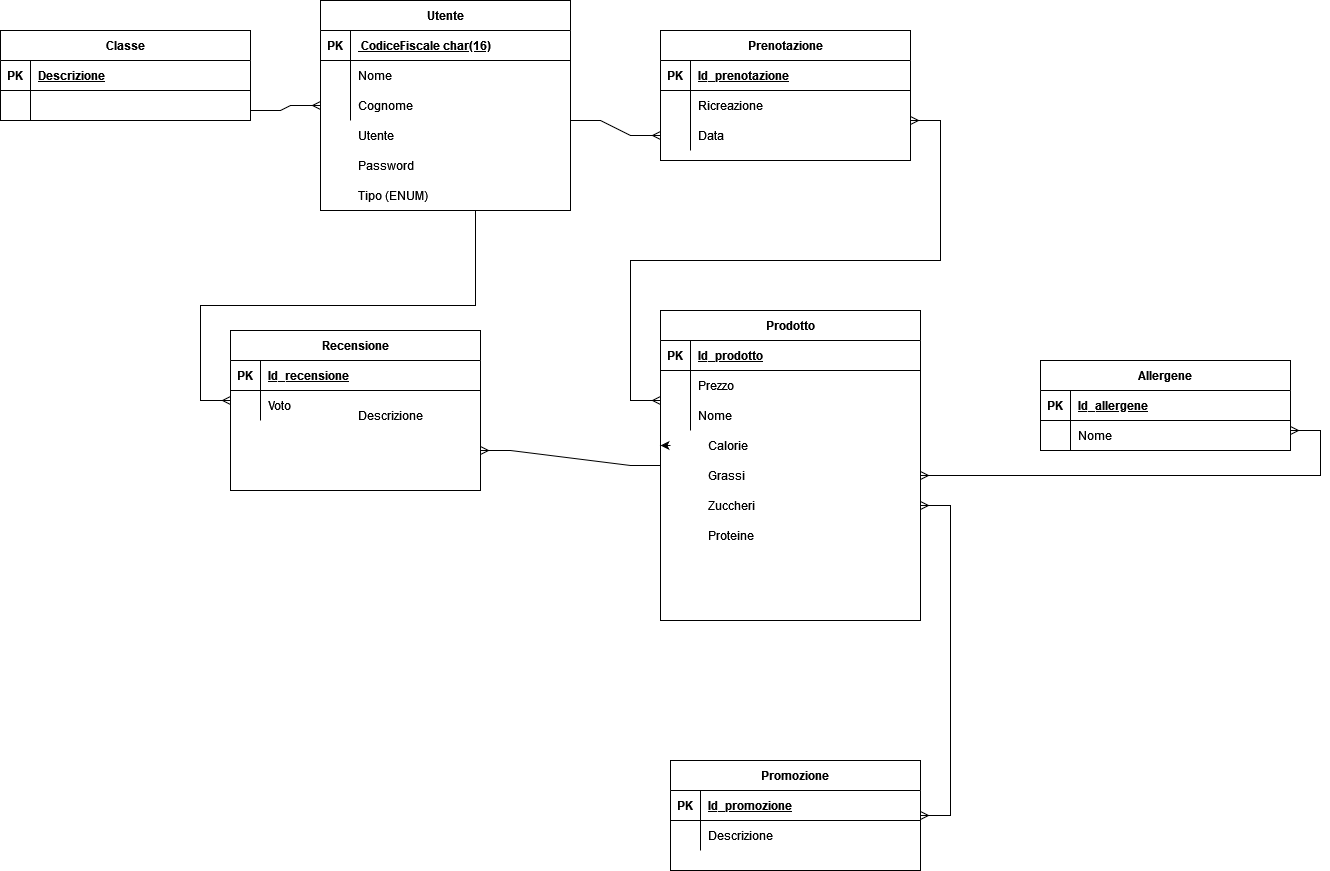
Earlier version of the draw.io export sql/dbMerende.drawio.png (SoftwareIISGubbio/merende). Source tidied: cells renumbered, new cells last; positions are measured from the earlier drawing's top-left corner, leaving out a move shared by most shapes.
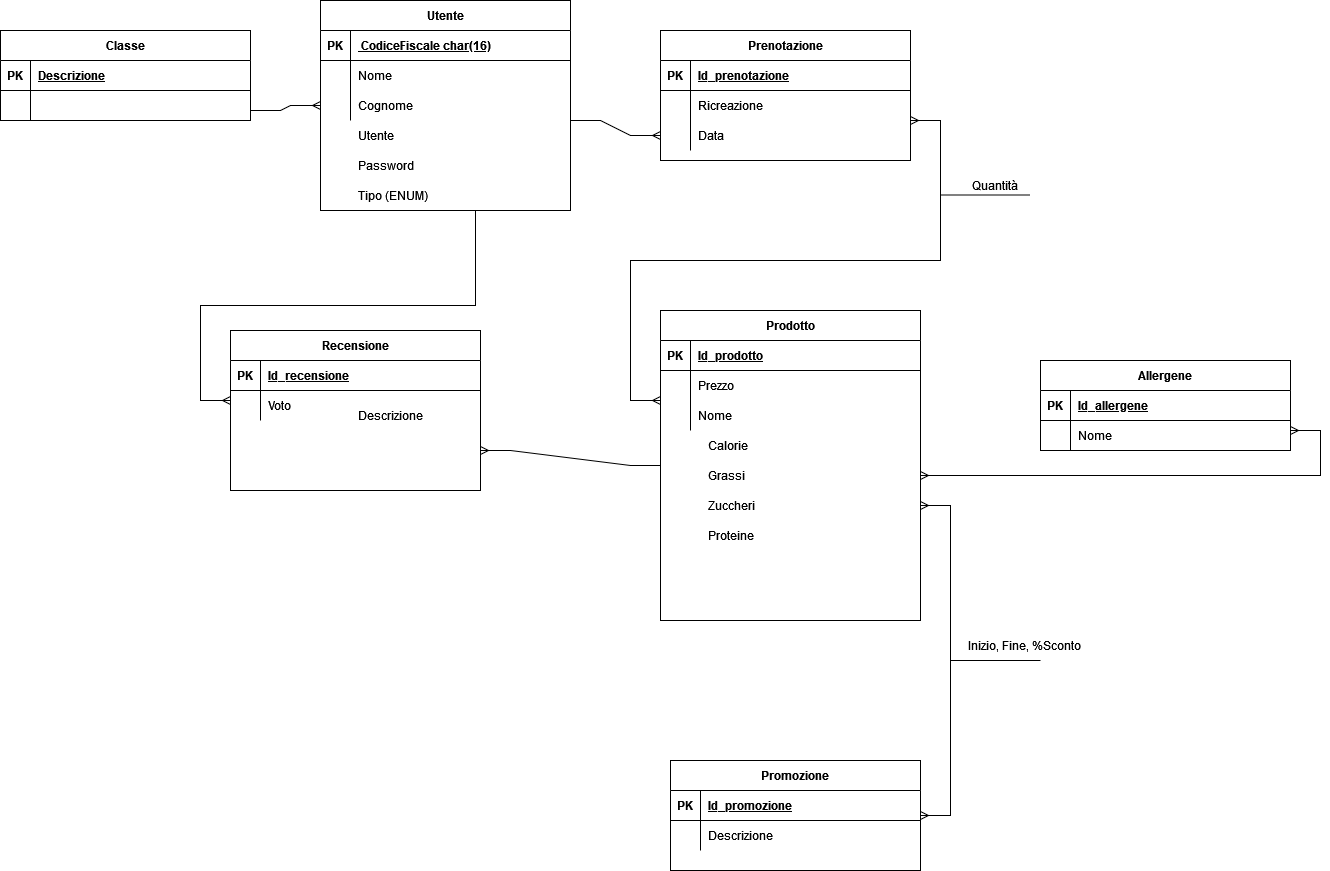
The same file after the commit.

Commit message:
aggiunti attributi sulle relazioni al diagramma ER

Change to the diagram source:
```diff
@@ -146,11 +146,6 @@
     <mxCell id="49" value="Nome" style="shape=partialRectangle;overflow=hidden;fillColor=none;top=0;left=0;bottom=0;right=0;align=left;spacingLeft=6;" parent="47" vertex="1">
       <mxGeometry x="30" width="230" height="30" as="geometry" />
     </mxCell>
-    <mxCell id="50" style="edgeStyle=orthogonalEdgeStyle;rounded=0;jettySize=auto;html=1;exitX=0;exitY=0.5;exitDx=0;exitDy=0;" parent="1" edge="1" source="51">
-      <mxGeometry relative="1" as="geometry">
-        <mxPoint x="660" y="445" as="targetPoint" />
-      </mxGeometry>
-    </mxCell>
     <mxCell id="51" style="shape=partialRectangle;fillColor=none;points=[[0,0.5],[1,0.5]];portConstraint=eastwest;top=0;left=0;right=0;bottom=0;" parent="1" vertex="1">
       <mxGeometry x="670" y="430" width="250" height="30" as="geometry" />
     </mxCell>
@@ -279,5 +274,41 @@
     <mxCell id="89" value="Password" style="shape=partialRectangle;overflow=hidden;fillColor=none;top=0;left=0;bottom=0;right=0;align=left;spacingLeft=6;" parent="87" vertex="1">
       <mxGeometry x="30" width="220" height="30" as="geometry" />
     </mxCell>
+    <mxCell id="90" style="endArrow=none;html=1;rounded=0;" parent="1" edge="1">
+      <mxGeometry relative="1" as="geometry">
+        <mxPoint x="950" y="660" as="sourcePoint" />
+        <mxPoint x="1040" y="660" as="targetPoint" />
+        <Array as="points">
+          <mxPoint x="990" y="660" />
+        </Array>
+      </mxGeometry>
+    </mxCell>
+    <mxCell id="91" style="shape=partialRectangle;fillColor=none;top=0;left=0;right=0;bottom=0;" parent="1" vertex="1">
+      <mxGeometry x="950" y="170" width="120" height="30" as="geometry" />
+    </mxCell>
+    <mxCell id="92" style="shape=partialRectangle;overflow=hidden;fillColor=none;top=0;left=0;bottom=0;right=0;" parent="91" vertex="1">
+      <mxGeometry width="14.4" height="30" as="geometry" />
+    </mxCell>
+    <mxCell id="93" value="Quantità" style="shape=partialRectangle;overflow=hidden;fillColor=none;top=0;left=0;bottom=0;right=0;align=left;spacingLeft=6;" parent="91" vertex="1">
+      <mxGeometry x="14.4" width="105.6" height="30" as="geometry" />
+    </mxCell>
+    <mxCell id="94" style="endArrow=none;html=1;rounded=0;" parent="1" edge="1">
+      <mxGeometry relative="1" as="geometry">
+        <mxPoint x="940" y="194.5" as="sourcePoint" />
+        <mxPoint x="1030" y="194.5" as="targetPoint" />
+        <Array as="points">
+          <mxPoint x="980" y="194.5" />
+        </Array>
+      </mxGeometry>
+    </mxCell>
+    <mxCell id="95" style="shape=partialRectangle;fillColor=none;top=0;left=0;right=0;bottom=0;" parent="1" vertex="1">
+      <mxGeometry x="930" y="630" width="250" height="30" as="geometry" />
+    </mxCell>
+    <mxCell id="96" style="shape=partialRectangle;overflow=hidden;fillColor=none;top=0;left=0;bottom=0;right=0;" parent="95" vertex="1">
+      <mxGeometry width="30" height="30" as="geometry" />
+    </mxCell>
+    <mxCell id="97" value="Inizio, Fine, %Sconto" style="shape=partialRectangle;overflow=hidden;fillColor=none;top=0;left=0;bottom=0;right=0;align=left;spacingLeft=6;" parent="95" vertex="1">
+      <mxGeometry x="30" width="220" height="30" as="geometry" />
+    </mxCell>
   </root>
 </mxGraphModel>
```
